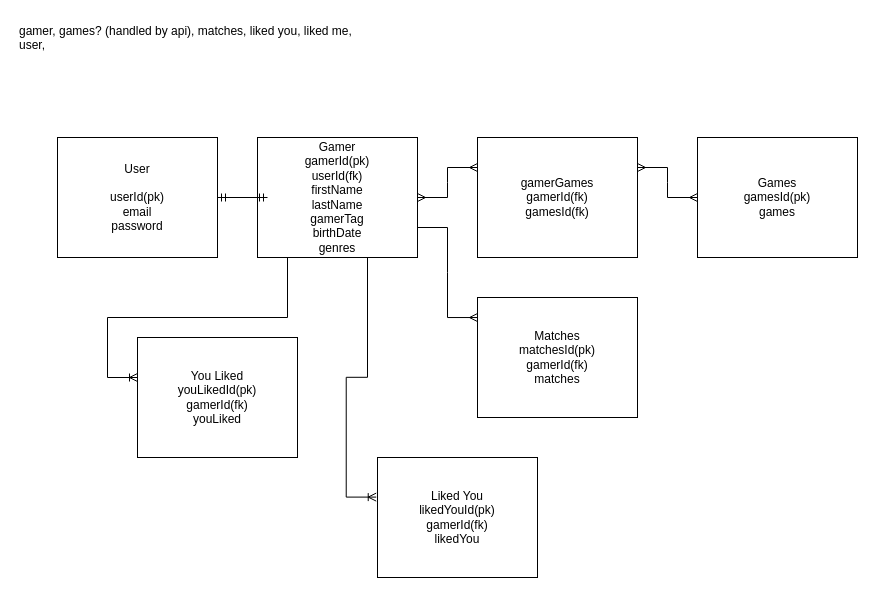
The draw.io diagram capstone.drawio in JLDeee/capstone, before the edit. Source tidied: cells renumbered, new cells numbered last; positions are measured from the earlier drawing's top-left corner, leaving out a move shared by most shapes. Both pictures are drawn from the tidied source at 100%, with x=0, y=0 at pixel (17, 17).
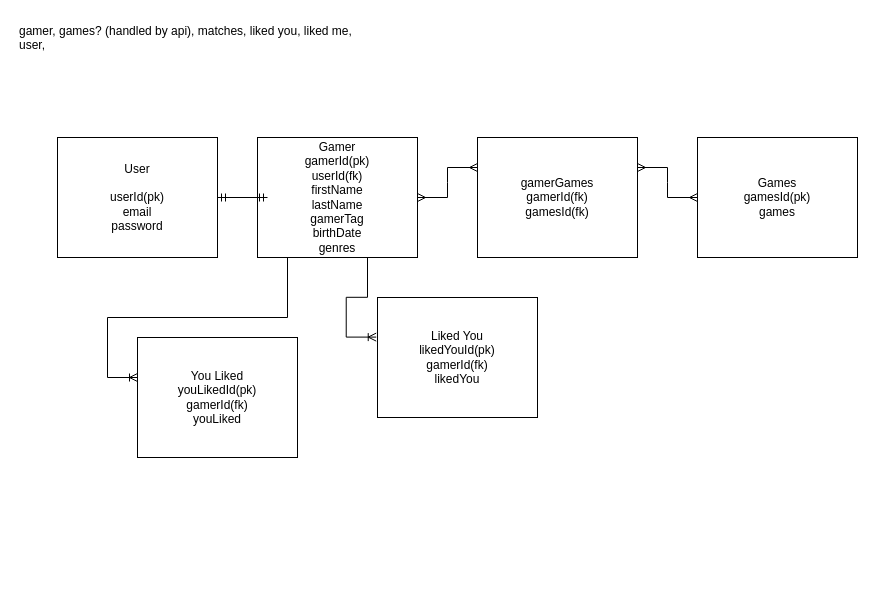
Above is the later version.

Commit message (it also covers changes not shown here):
completed version 2 of schema

What changed in the source:
```diff
@@
 <mxGraphModel>
   <root>
     <mxCell id="0" />
     <mxCell id="1" parent="0" />
     <mxCell id="2" value="&lt;span id=&quot;docs-internal-guid-e8bd23b9-7fff-a295-cead-702f7f2e3db3&quot;&gt;&lt;/span&gt;&lt;span id=&quot;docs-internal-guid-e8bd23b9-7fff-a295-cead-702f7f2e3db3&quot;&gt;&lt;/span&gt;" style="text;html=1;align=center;verticalAlign=middle;strokeColor=none;fillColor=none;" parent="1" vertex="1">
       <mxGeometry x="220" y="40" width="20" height="10" as="geometry" />
     </mxCell>
     <mxCell id="3" value="gamer, games? (handled by api), matches, liked you, liked me, user," style="text;whiteSpace=wrap;html=1;" parent="1" vertex="1">
       <mxGeometry width="360" height="40" as="geometry" />
     </mxCell>
     <mxCell id="4" value="User&lt;br&gt;&lt;br&gt;userId(pk)&lt;br&gt;&lt;div style=&quot;&quot;&gt;email&lt;/div&gt;&lt;div style=&quot;&quot;&gt;password&lt;/div&gt;" style="rounded=0;whiteSpace=wrap;html=1;align=center;" parent="1" vertex="1">
       <mxGeometry x="40" y="120" width="160" height="120" as="geometry" />
     </mxCell>
     <mxCell id="5" value="Gamer&lt;br&gt;gamerId(pk)&lt;br&gt;userId(fk)&lt;br&gt;firstName&lt;br&gt;lastName&lt;br&gt;gamerTag&lt;br&gt;birthDate&lt;br&gt;genres" style="rounded=0;whiteSpace=wrap;html=1;" parent="1" vertex="1">
       <mxGeometry x="240" y="120" width="160" height="120" as="geometry" />
     </mxCell>
     <mxCell id="6" value="Games&lt;br&gt;gamesId(pk)&lt;br&gt;games" style="rounded=0;whiteSpace=wrap;html=1;" parent="1" vertex="1">
       <mxGeometry x="680" y="120" width="160" height="120" as="geometry" />
     </mxCell>
     <mxCell id="7" value="gamerGames&lt;br&gt;gamerId(fk)&lt;br&gt;gamesId(fk)&lt;br&gt;" style="rounded=0;whiteSpace=wrap;html=1;" parent="1" vertex="1">
       <mxGeometry x="460" y="120" width="160" height="120" as="geometry" />
     </mxCell>
     <mxCell id="8" style="edgeStyle=entityRelationEdgeStyle;fontSize=12;html=1;endArrow=ERmany;startArrow=ERmany;rounded=0;exitX=1;exitY=0.5;exitDx=0;exitDy=0;entryX=0;entryY=0.25;entryDx=0;entryDy=0;" parent="1" edge="1" source="5" target="7">
       <mxGeometry relative="1" as="geometry" />
     </mxCell>
     <mxCell id="9" style="edgeStyle=entityRelationEdgeStyle;fontSize=12;html=1;endArrow=ERmany;startArrow=ERmany;rounded=0;entryX=0;entryY=0.5;entryDx=0;entryDy=0;exitX=1;exitY=0.25;exitDx=0;exitDy=0;" parent="1" edge="1" source="7" target="6">
       <mxGeometry relative="1" as="geometry" />
     </mxCell>
     <mxCell id="10" style="edgeStyle=entityRelationEdgeStyle;fontSize=12;html=1;endArrow=ERmandOne;startArrow=ERmandOne;rounded=0;exitX=1;exitY=0.5;exitDx=0;exitDy=0;" parent="1" edge="1" source="4">
       <mxGeometry relative="1" as="geometry">
         <mxPoint x="250" y="180" as="targetPoint" />
       </mxGeometry>
     </mxCell>
-    <mxCell id="11" value="Matches&lt;br&gt;matchesId(pk)&lt;br&gt;gamerId(fk)&lt;br&gt;matches" style="rounded=0;whiteSpace=wrap;html=1;" parent="1" vertex="1">
-      <mxGeometry x="460" y="280" width="160" height="120" as="geometry" />
-    </mxCell>
     <mxCell id="12" value="You Liked&lt;br&gt;youLikedId(pk)&lt;br&gt;gamerId(fk)&lt;br&gt;youLiked" style="rounded=0;whiteSpace=wrap;html=1;" parent="1" vertex="1">
       <mxGeometry x="120" y="320" width="160" height="120" as="geometry" />
     </mxCell>
     <mxCell id="13" style="edgeStyle=entityRelationEdgeStyle;fontSize=12;html=1;endArrow=ERoneToMany;rounded=0;" parent="1" edge="1">
       <mxGeometry relative="1" as="geometry">
         <mxPoint x="240" y="240" as="sourcePoint" />
         <mxPoint x="120" y="360" as="targetPoint" />
       </mxGeometry>
     </mxCell>
     <mxCell id="14" value="Liked You&lt;br&gt;likedYouId(pk)&lt;br&gt;gamerId(fk)&lt;br&gt;likedYou" style="rounded=0;whiteSpace=wrap;html=1;" parent="1" vertex="1">
-      <mxGeometry x="360" y="440" width="160" height="120" as="geometry" />
+      <mxGeometry x="360" y="280" width="160" height="120" as="geometry" />
     </mxCell>
     <mxCell id="15" style="edgeStyle=entityRelationEdgeStyle;fontSize=12;html=1;endArrow=ERoneToMany;rounded=0;entryX=-0.008;entryY=0.33;entryDx=0;entryDy=0;entryPerimeter=0;exitX=0.5;exitY=1;exitDx=0;exitDy=0;" parent="1" edge="1" source="5" target="14">
       <mxGeometry relative="1" as="geometry" />
     </mxCell>
-    <mxCell id="16" style="edgeStyle=entityRelationEdgeStyle;fontSize=12;html=1;endArrow=ERmany;rounded=0;entryX=0;entryY=0.167;entryDx=0;entryDy=0;entryPerimeter=0;exitX=1;exitY=0.75;exitDx=0;exitDy=0;" parent="1" edge="1" source="5" target="11">
-      <mxGeometry relative="1" as="geometry" />
-    </mxCell>
   </root>
 </mxGraphModel>
```
